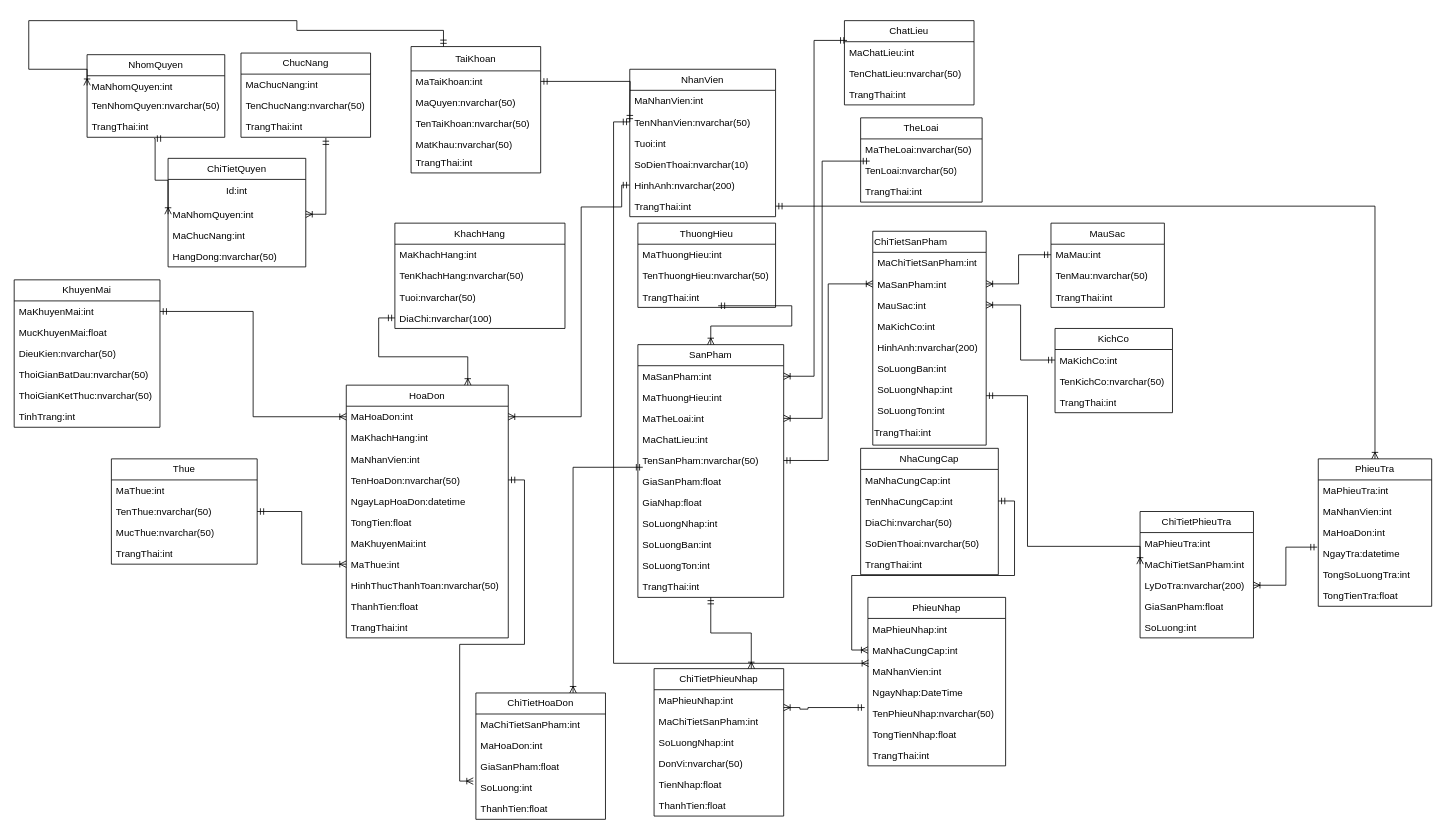
Earlier version of the draw.io diagram Biểu đồ không có tiêu đề (1).drawio (maivantai2003/SportStoreManager). Source tidied: cells renumbered, new cells numbered last; positions are measured from the earlier drawing's top-left corner, leaving out a move shared by most shapes. Both pictures are drawn from the tidied source at 81%, with x=0, y=0 at pixel (14, 20).
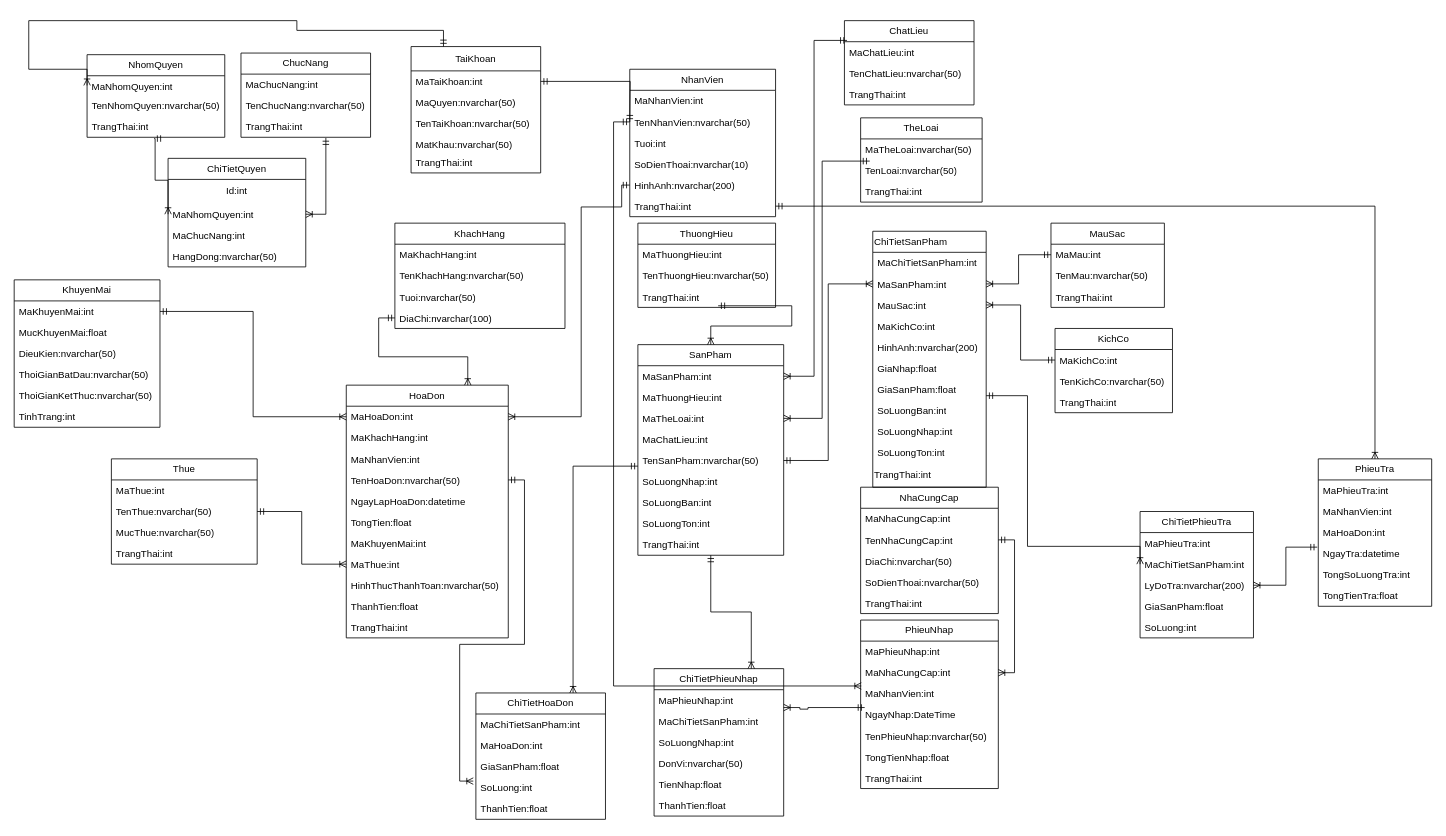
The same page after the edit.

Commit message:
Cập nhật Biểu đồ không có tiêu đề (1).drawio

Unchanged cells that the change refers to:
```xml
<mxCell id="46" value="TenSanPham:nvarchar(50)" style="text;strokeColor=none;fillColor=none;align=left;verticalAlign=top;spacingLeft=4;spacingRight=4;overflow=hidden;points=[[0,0.5],[1,0.5]];portConstraint=eastwest;whiteSpace=wrap;html=1;" parent="41" vertex="1">
  <mxGeometry y="130" width="180" height="26" as="geometry" />
</mxCell>
<mxCell id="110" value="ChiTietHoaDon" style="swimlane;fontStyle=0;horizontal=1;startSize=26;fillColor=none;whiteSpace=wrap;html=1;" parent="1" vertex="1">
  <mxGeometry x="570" y="830" width="160" height="156" as="geometry" />
</mxCell>
```

Diff of the diagram source:
```diff
@@
     <mxCell id="41" value="SanPham" style="swimlane;fontStyle=0;horizontal=1;startSize=26;fillColor=none;whiteSpace=wrap;html=1;" parent="1" vertex="1">
-      <mxGeometry x="770" y="400" width="180" height="312" as="geometry" />
+      <mxGeometry x="770" y="400" width="180" height="260" as="geometry" />
     </mxCell>
@@
-    <mxCell id="47" value="GiaSanPham:float" style="text;strokeColor=none;fillColor=none;align=left;verticalAlign=top;spacingLeft=4;spacingRight=4;overflow=hidden;points=[[0,0.5],[1,0.5]];portConstraint=eastwest;whiteSpace=wrap;html=1;" parent="41" vertex="1">
-      <mxGeometry y="156" width="180" height="26" as="geometry" />
-    </mxCell>
-    <mxCell id="48" value="GiaNhap:float&lt;br&gt;" style="text;strokeColor=none;fillColor=none;align=left;verticalAlign=top;spacingLeft=4;spacingRight=4;overflow=hidden;whiteSpace=wrap;html=1;" parent="41" vertex="1">
-      <mxGeometry y="182" width="180" height="26" as="geometry" />
-    </mxCell>
     <mxCell id="49" value="SoLuongNhap:int" style="text;strokeColor=none;fillColor=none;align=left;verticalAlign=top;spacingLeft=4;spacingRight=4;overflow=hidden;whiteSpace=wrap;html=1;" parent="41" vertex="1">
-      <mxGeometry y="208" width="180" height="26" as="geometry" />
+      <mxGeometry y="156" width="180" height="26" as="geometry" />
     </mxCell>
     <mxCell id="50" value="SoLuongBan:int" style="text;strokeColor=none;fillColor=none;align=left;verticalAlign=top;spacingLeft=4;spacingRight=4;overflow=hidden;whiteSpace=wrap;html=1;" parent="41" vertex="1">
-      <mxGeometry y="234" width="180" height="26" as="geometry" />
+      <mxGeometry y="182" width="180" height="26" as="geometry" />
     </mxCell>
     <mxCell id="51" value="SoLuongTon:int" style="text;strokeColor=none;fillColor=none;align=left;verticalAlign=top;spacingLeft=4;spacingRight=4;overflow=hidden;whiteSpace=wrap;html=1;" parent="41" vertex="1">
-      <mxGeometry y="260" width="180" height="26" as="geometry" />
+      <mxGeometry y="208" width="180" height="26" as="geometry" />
     </mxCell>
     <mxCell id="52" value="TrangThai:int" style="text;strokeColor=none;fillColor=none;align=left;verticalAlign=top;spacingLeft=4;spacingRight=4;overflow=hidden;whiteSpace=wrap;html=1;" parent="41" vertex="1">
-      <mxGeometry y="286" width="180" height="26" as="geometry" />
+      <mxGeometry y="234" width="180" height="26" as="geometry" />
     </mxCell>
@@
     <mxCell id="63" value="NhaCungCap" style="swimlane;fontStyle=0;horizontal=1;startSize=26;fillColor=none;whiteSpace=wrap;html=1;" parent="1" vertex="1">
-      <mxGeometry x="1045" y="528" width="170" height="156" as="geometry" />
+      <mxGeometry x="1045" y="576" width="170" height="156" as="geometry" />
     </mxCell>
@@
     <mxCell id="69" value="PhieuNhap" style="swimlane;fontStyle=0;horizontal=1;startSize=26;fillColor=none;whiteSpace=wrap;html=1;" parent="1" vertex="1">
-      <mxGeometry x="1054" y="712" width="170" height="208" as="geometry" />
+      <mxGeometry x="1045" y="740" width="170" height="208" as="geometry" />
     </mxCell>
@@
-    <mxCell id="109" style="edgeStyle=orthogonalEdgeStyle;rounded=0;jettySize=auto;html=1;exitX=0.75;exitY=0;exitDx=0;exitDy=0;entryX=0.034;entryY=-0.178;entryDx=0;entryDy=0;entryPerimeter=0;startArrow=ERoneToMany;startFill=0;endArrow=ERmandOne;endFill=0;" parent="1" edge="1" source="110" target="47">
+    <mxCell id="109" style="edgeStyle=orthogonalEdgeStyle;rounded=0;jettySize=auto;html=1;exitX=0.75;exitY=0;exitDx=0;exitDy=0;entryX=0;entryY=0.769;entryDx=0;entryDy=0;entryPerimeter=0;startArrow=ERoneToMany;startFill=0;endArrow=ERmandOne;endFill=0;" parent="1" edge="1" source="110" target="46">
       <mxGeometry relative="1" as="geometry" />
     </mxCell>
@@
     <mxCell id="128" value="ChiTietSanPham" style="swimlane;fontStyle=0;horizontal=1;startSize=26;fillColor=none;whiteSpace=wrap;html=1;align=left;" parent="1" vertex="1">
-      <mxGeometry x="1060" y="260" width="140" height="264" as="geometry" />
+      <mxGeometry x="1060" y="260" width="140" height="316" as="geometry" />
     </mxCell>
@@
+    <mxCell id="48" value="GiaNhap:float&lt;br&gt;" style="text;strokeColor=none;fillColor=none;align=left;verticalAlign=top;spacingLeft=4;spacingRight=4;overflow=hidden;whiteSpace=wrap;html=1;" parent="128" vertex="1">
+      <mxGeometry y="156" width="140" height="26" as="geometry" />
+    </mxCell>
+    <mxCell id="47" value="GiaSanPham:float" style="text;strokeColor=none;fillColor=none;align=left;verticalAlign=top;spacingLeft=4;spacingRight=4;overflow=hidden;points=[[0,0.5],[1,0.5]];portConstraint=eastwest;whiteSpace=wrap;html=1;" parent="128" vertex="1">
+      <mxGeometry y="182" width="140" height="26" as="geometry" />
+    </mxCell>
     <mxCell id="134" value="SoLuongBan:int" style="text;strokeColor=none;fillColor=none;align=left;verticalAlign=top;spacingLeft=4;spacingRight=4;overflow=hidden;whiteSpace=wrap;html=1;" parent="128" vertex="1">
-      <mxGeometry y="156" width="140" height="26" as="geometry" />
+      <mxGeometry y="208" width="140" height="26" as="geometry" />
     </mxCell>
     <mxCell id="135" value="SoLuongNhap:int" style="text;strokeColor=none;fillColor=none;align=left;verticalAlign=top;spacingLeft=4;spacingRight=4;overflow=hidden;whiteSpace=wrap;html=1;" parent="128" vertex="1">
-      <mxGeometry y="182" width="140" height="26" as="geometry" />
+      <mxGeometry y="234" width="140" height="26" as="geometry" />
     </mxCell>
     <mxCell id="136" value="SoLuongTon:int" style="text;strokeColor=none;fillColor=none;align=left;verticalAlign=top;spacingLeft=4;spacingRight=4;overflow=hidden;whiteSpace=wrap;html=1;" parent="128" vertex="1">
-      <mxGeometry y="208" width="140" height="26" as="geometry" />
+      <mxGeometry y="260" width="140" height="26" as="geometry" />
     </mxCell>
     <mxCell id="137" value="TrangThai:int" style="text;html=1;strokeColor=none;fillColor=none;align=left;verticalAlign=middle;whiteSpace=wrap;rounded=0;" parent="128" vertex="1">
-      <mxGeometry y="234" width="140" height="30" as="geometry" />
+      <mxGeometry y="286" width="140" height="30" as="geometry" />
     </mxCell>
```
